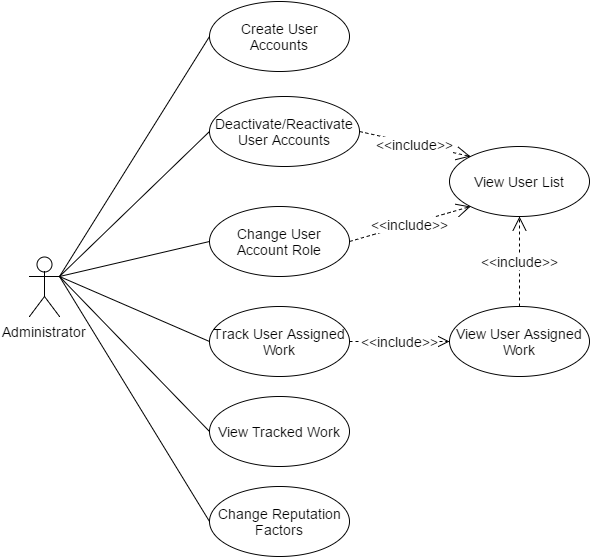
JingwangTeh/CSCI222-Systems-Development-Group-Project keeps this draw.io diagram as 02_Diagram/01_a_Use case/Version 4 (Revised)/Administrator (Revised).png. Above is the earlier version. Source tidied: cells renumbered, new cells last; positions are measured from the earlier drawing's top-left corner, leaving out a move shared by most shapes. Source of this version:
```xml
<mxGraphModel background="#ffffff">
  <root>
    <mxCell id="0" />
    <mxCell id="1" parent="0" />
    <mxCell id="2" value="Administrator" style="shape=umlActor;verticalLabelPosition=bottom;labelBackgroundColor=#ffffff;verticalAlign=top;html=1;strokeColor=#000000;fontSize=14;" parent="1" vertex="1">
      <mxGeometry y="255" width="30" height="60" as="geometry" />
    </mxCell>
    <mxCell id="3" value="Create User Accounts" style="ellipse;whiteSpace=wrap;html=1;strokeColor=#000000;fontSize=14;" parent="1" vertex="1">
      <mxGeometry x="180" width="140" height="70" as="geometry" />
    </mxCell>
    <mxCell id="4" style="endArrow=none;html=1;strokeColor=#000000;strokeWidth=1;fontSize=14;entryX=0;entryY=0.5;exitX=1;exitY=0.3333333333333333;exitPerimeter=0;" parent="1" edge="1" source="2" target="3">
      <mxGeometry x="364" y="1090" as="geometry" />
    </mxCell>
    <mxCell id="5" style="html=1;align=left;verticalAlign=bottom;labelBackgroundColor=#ffffff;fontSize=10;" parent="4" vertex="1">
      <mxGeometry x="-1" relative="1" as="geometry" />
    </mxCell>
    <mxCell id="6" style="html=1;align=right;verticalAlign=bottom;labelBackgroundColor=#ffffff;fontSize=10;" parent="4" vertex="1">
      <mxGeometry x="1" relative="1" as="geometry" />
    </mxCell>
    <mxCell id="7" value="Deactivate/Reactivate User Accounts" style="ellipse;whiteSpace=wrap;html=1;strokeColor=#000000;fontSize=14;" parent="1" vertex="1">
      <mxGeometry x="180" y="95" width="150" height="70" as="geometry" />
    </mxCell>
    <mxCell id="8" style="endArrow=none;html=1;strokeColor=#000000;strokeWidth=1;fontSize=14;entryX=0;entryY=0.5;exitX=1;exitY=0.3333333333333333;exitPerimeter=0;" parent="1" edge="1" source="2" target="7">
      <mxGeometry x="374" y="1100" as="geometry" />
    </mxCell>
    <mxCell id="9" style="html=1;align=left;verticalAlign=bottom;labelBackgroundColor=#ffffff;fontSize=10;" parent="8" vertex="1">
      <mxGeometry x="-1" relative="1" as="geometry" />
    </mxCell>
    <mxCell id="10" style="html=1;align=right;verticalAlign=bottom;labelBackgroundColor=#ffffff;fontSize=10;" parent="8" vertex="1">
      <mxGeometry x="1" relative="1" as="geometry" />
    </mxCell>
    <mxCell id="11" value="Change User Account Role" style="ellipse;whiteSpace=wrap;html=1;strokeColor=#000000;fontSize=14;" parent="1" vertex="1">
      <mxGeometry x="180" y="205" width="140" height="70" as="geometry" />
    </mxCell>
    <mxCell id="12" value="View User Assigned Work" style="ellipse;whiteSpace=wrap;html=1;strokeColor=#000000;fontSize=14;" parent="1" vertex="1">
      <mxGeometry x="420" y="305" width="140" height="70" as="geometry" />
    </mxCell>
    <mxCell id="13" value="Track User Assigned Work" style="ellipse;whiteSpace=wrap;html=1;strokeColor=#000000;fontSize=14;" parent="1" vertex="1">
      <mxGeometry x="180" y="305" width="140" height="70" as="geometry" />
    </mxCell>
    <mxCell id="14" style="endArrow=none;html=1;strokeColor=#000000;strokeWidth=1;fontSize=14;entryX=0;entryY=0.5;exitX=1;exitY=0.3333333333333333;exitPerimeter=0;" parent="1" edge="1" source="2" target="11">
      <mxGeometry x="384" y="1110" as="geometry" />
    </mxCell>
    <mxCell id="15" style="html=1;align=left;verticalAlign=bottom;labelBackgroundColor=#ffffff;fontSize=10;" parent="14" vertex="1">
      <mxGeometry x="-1" relative="1" as="geometry" />
    </mxCell>
    <mxCell id="16" style="html=1;align=right;verticalAlign=bottom;labelBackgroundColor=#ffffff;fontSize=10;" parent="14" vertex="1">
      <mxGeometry x="1" relative="1" as="geometry" />
    </mxCell>
    <mxCell id="17" value="View User List" style="ellipse;whiteSpace=wrap;html=1;strokeColor=#000000;fontSize=14;" parent="1" vertex="1">
      <mxGeometry x="420" y="145" width="140" height="70" as="geometry" />
    </mxCell>
    <mxCell id="18" style="endArrow=none;html=1;strokeColor=#000000;strokeWidth=1;fontSize=14;entryX=0;entryY=0.5;exitX=1;exitY=0.3333333333333333;exitPerimeter=0;" parent="1" edge="1" source="2" target="13">
      <mxGeometry x="404" y="1130" as="geometry" />
    </mxCell>
    <mxCell id="19" style="html=1;align=left;verticalAlign=bottom;labelBackgroundColor=#ffffff;fontSize=10;" parent="18" vertex="1">
      <mxGeometry x="-1" relative="1" as="geometry" />
    </mxCell>
    <mxCell id="20" style="html=1;align=right;verticalAlign=bottom;labelBackgroundColor=#ffffff;fontSize=10;" parent="18" vertex="1">
      <mxGeometry x="1" relative="1" as="geometry" />
    </mxCell>
    <mxCell id="21" value="&amp;lt;&amp;lt;include&amp;gt;&amp;gt;" style="endArrow=open;endSize=12;dashed=1;html=1;strokeColor=#000000;strokeWidth=1;fontSize=14;entryX=0.5;entryY=1;exitX=0.5;exitY=0;" parent="1" edge="1" source="12" target="17">
      <mxGeometry x="612" y="1425" as="geometry" />
    </mxCell>
    <mxCell id="22" value="Change Reputation Factors" style="ellipse;whiteSpace=wrap;html=1;strokeColor=#000000;fontSize=14;" parent="1" vertex="1">
      <mxGeometry x="180" y="485" width="140" height="70" as="geometry" />
    </mxCell>
    <mxCell id="23" style="endArrow=none;html=1;strokeColor=#000000;strokeWidth=1;fontSize=14;entryX=0;entryY=0.5;exitX=1;exitY=0.3333333333333333;exitPerimeter=0;" parent="1" edge="1" source="2" target="22">
      <mxGeometry x="434" y="1210" as="geometry" />
    </mxCell>
    <mxCell id="24" style="html=1;align=left;verticalAlign=bottom;labelBackgroundColor=#ffffff;fontSize=10;" parent="23" vertex="1">
      <mxGeometry x="-1" relative="1" as="geometry" />
    </mxCell>
    <mxCell id="25" style="html=1;align=right;verticalAlign=bottom;labelBackgroundColor=#ffffff;fontSize=10;" parent="23" vertex="1">
      <mxGeometry x="1" relative="1" as="geometry" />
    </mxCell>
    <mxCell id="26" value="&amp;lt;&amp;lt;include&amp;gt;&amp;gt;" style="endArrow=open;endSize=12;dashed=1;html=1;strokeColor=#000000;strokeWidth=1;fontSize=14;exitX=1;exitY=0.5;entryX=0;entryY=1;" parent="1" edge="1" source="11" target="17">
      <mxGeometry x="622" y="1435" as="geometry" />
    </mxCell>
    <mxCell id="27" value="&amp;lt;&amp;lt;include&amp;gt;&amp;gt;" style="endArrow=open;endSize=12;dashed=1;html=1;strokeColor=#000000;strokeWidth=1;fontSize=14;entryX=0;entryY=0;exitX=1;exitY=0.5;" parent="1" edge="1" source="7" target="17">
      <mxGeometry x="632" y="1445" as="geometry" />
    </mxCell>
    <mxCell id="28" value="&amp;lt;&amp;lt;include&amp;gt;&amp;gt;" style="endArrow=open;endSize=12;dashed=1;html=1;strokeColor=#000000;strokeWidth=1;fontSize=14;exitX=1;exitY=0.5;entryX=0;entryY=0.5;" parent="1" edge="1" source="13" target="12">
      <mxGeometry x="601" y="1540" as="geometry" />
    </mxCell>
    <mxCell id="29" value="View Tracked Work" style="ellipse;whiteSpace=wrap;html=1;strokeColor=#000000;fontSize=14;" parent="1" vertex="1">
      <mxGeometry x="180" y="395" width="140" height="70" as="geometry" />
    </mxCell>
    <mxCell id="30" style="endArrow=none;html=1;strokeColor=#000000;strokeWidth=1;fontSize=14;entryX=0;entryY=0.5;exitX=1;exitY=0.3333333333333333;exitPerimeter=0;" parent="1" edge="1" source="2" target="29">
      <mxGeometry x="437" y="1130" as="geometry" />
    </mxCell>
    <mxCell id="31" style="html=1;align=left;verticalAlign=bottom;labelBackgroundColor=#ffffff;fontSize=10;" parent="30" vertex="1">
      <mxGeometry x="-1" relative="1" as="geometry" />
    </mxCell>
    <mxCell id="32" style="html=1;align=right;verticalAlign=bottom;labelBackgroundColor=#ffffff;fontSize=10;" parent="30" vertex="1">
      <mxGeometry x="1" relative="1" as="geometry" />
    </mxCell>
  </root>
</mxGraphModel>
```
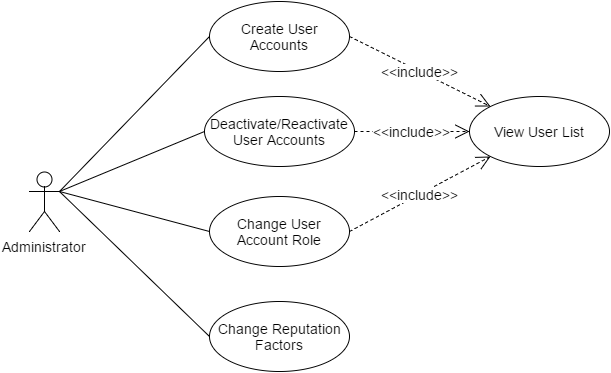
The same file after the commit.

Change to the diagram source:
```diff
@@ -6,7 +6,7 @@
       <mxGeometry y="255" width="30" height="60" as="geometry" />
     </mxCell>
     <mxCell id="3" value="Create User Accounts" style="ellipse;whiteSpace=wrap;html=1;strokeColor=#000000;fontSize=14;" parent="1" vertex="1">
-      <mxGeometry x="180" width="140" height="70" as="geometry" />
+      <mxGeometry x="180" y="85" width="140" height="70" as="geometry" />
     </mxCell>
     <mxCell id="4" style="endArrow=none;html=1;strokeColor=#000000;strokeWidth=1;fontSize=14;entryX=0;entryY=0.5;exitX=1;exitY=0.3333333333333333;exitPerimeter=0;" parent="1" edge="1" source="2" target="3">
       <mxGeometry x="364" y="1090" as="geometry" />
@@ -18,7 +18,7 @@
       <mxGeometry x="1" relative="1" as="geometry" />
     </mxCell>
     <mxCell id="7" value="Deactivate/Reactivate User Accounts" style="ellipse;whiteSpace=wrap;html=1;strokeColor=#000000;fontSize=14;" parent="1" vertex="1">
-      <mxGeometry x="180" y="95" width="150" height="70" as="geometry" />
+      <mxGeometry x="175" y="180" width="150" height="70" as="geometry" />
     </mxCell>
     <mxCell id="8" style="endArrow=none;html=1;strokeColor=#000000;strokeWidth=1;fontSize=14;entryX=0;entryY=0.5;exitX=1;exitY=0.3333333333333333;exitPerimeter=0;" parent="1" edge="1" source="2" target="7">
       <mxGeometry x="374" y="1100" as="geometry" />
@@ -30,14 +30,8 @@
       <mxGeometry x="1" relative="1" as="geometry" />
     </mxCell>
     <mxCell id="11" value="Change User Account Role" style="ellipse;whiteSpace=wrap;html=1;strokeColor=#000000;fontSize=14;" parent="1" vertex="1">
-      <mxGeometry x="180" y="205" width="140" height="70" as="geometry" />
+      <mxGeometry x="180" y="280" width="140" height="70" as="geometry" />
     </mxCell>
-    <mxCell id="12" value="View User Assigned Work" style="ellipse;whiteSpace=wrap;html=1;strokeColor=#000000;fontSize=14;" parent="1" vertex="1">
-      <mxGeometry x="420" y="305" width="140" height="70" as="geometry" />
-    </mxCell>
-    <mxCell id="13" value="Track User Assigned Work" style="ellipse;whiteSpace=wrap;html=1;strokeColor=#000000;fontSize=14;" parent="1" vertex="1">
-      <mxGeometry x="180" y="305" width="140" height="70" as="geometry" />
-    </mxCell>
     <mxCell id="14" style="endArrow=none;html=1;strokeColor=#000000;strokeWidth=1;fontSize=14;entryX=0;entryY=0.5;exitX=1;exitY=0.3333333333333333;exitPerimeter=0;" parent="1" edge="1" source="2" target="11">
       <mxGeometry x="384" y="1110" as="geometry" />
     </mxCell>
@@ -48,22 +42,10 @@
       <mxGeometry x="1" relative="1" as="geometry" />
     </mxCell>
     <mxCell id="17" value="View User List" style="ellipse;whiteSpace=wrap;html=1;strokeColor=#000000;fontSize=14;" parent="1" vertex="1">
-      <mxGeometry x="420" y="145" width="140" height="70" as="geometry" />
+      <mxGeometry x="440" y="180" width="140" height="70" as="geometry" />
     </mxCell>
-    <mxCell id="18" style="endArrow=none;html=1;strokeColor=#000000;strokeWidth=1;fontSize=14;entryX=0;entryY=0.5;exitX=1;exitY=0.3333333333333333;exitPerimeter=0;" parent="1" edge="1" source="2" target="13">
-      <mxGeometry x="404" y="1130" as="geometry" />
-    </mxCell>
-    <mxCell id="19" style="html=1;align=left;verticalAlign=bottom;labelBackgroundColor=#ffffff;fontSize=10;" parent="18" vertex="1">
-      <mxGeometry x="-1" relative="1" as="geometry" />
-    </mxCell>
-    <mxCell id="20" style="html=1;align=right;verticalAlign=bottom;labelBackgroundColor=#ffffff;fontSize=10;" parent="18" vertex="1">
-      <mxGeometry x="1" relative="1" as="geometry" />
-    </mxCell>
-    <mxCell id="21" value="&amp;lt;&amp;lt;include&amp;gt;&amp;gt;" style="endArrow=open;endSize=12;dashed=1;html=1;strokeColor=#000000;strokeWidth=1;fontSize=14;entryX=0.5;entryY=1;exitX=0.5;exitY=0;" parent="1" edge="1" source="12" target="17">
-      <mxGeometry x="612" y="1425" as="geometry" />
-    </mxCell>
     <mxCell id="22" value="Change Reputation Factors" style="ellipse;whiteSpace=wrap;html=1;strokeColor=#000000;fontSize=14;" parent="1" vertex="1">
-      <mxGeometry x="180" y="485" width="140" height="70" as="geometry" />
+      <mxGeometry x="180" y="385" width="140" height="70" as="geometry" />
     </mxCell>
     <mxCell id="23" style="endArrow=none;html=1;strokeColor=#000000;strokeWidth=1;fontSize=14;entryX=0;entryY=0.5;exitX=1;exitY=0.3333333333333333;exitPerimeter=0;" parent="1" edge="1" source="2" target="22">
       <mxGeometry x="434" y="1210" as="geometry" />
@@ -75,25 +57,13 @@
       <mxGeometry x="1" relative="1" as="geometry" />
     </mxCell>
     <mxCell id="26" value="&amp;lt;&amp;lt;include&amp;gt;&amp;gt;" style="endArrow=open;endSize=12;dashed=1;html=1;strokeColor=#000000;strokeWidth=1;fontSize=14;exitX=1;exitY=0.5;entryX=0;entryY=1;" parent="1" edge="1" source="11" target="17">
-      <mxGeometry x="622" y="1435" as="geometry" />
+      <mxGeometry x="622" y="1520" as="geometry" />
     </mxCell>
-    <mxCell id="27" value="&amp;lt;&amp;lt;include&amp;gt;&amp;gt;" style="endArrow=open;endSize=12;dashed=1;html=1;strokeColor=#000000;strokeWidth=1;fontSize=14;entryX=0;entryY=0;exitX=1;exitY=0.5;" parent="1" edge="1" source="7" target="17">
-      <mxGeometry x="632" y="1445" as="geometry" />
+    <mxCell id="27" value="&amp;lt;&amp;lt;include&amp;gt;&amp;gt;" style="endArrow=open;endSize=12;dashed=1;html=1;strokeColor=#000000;strokeWidth=1;fontSize=14;entryX=0;entryY=0.5;exitX=1;exitY=0.5;" parent="1" edge="1" source="7" target="17">
+      <mxGeometry x="632" y="1530" as="geometry" />
     </mxCell>
-    <mxCell id="28" value="&amp;lt;&amp;lt;include&amp;gt;&amp;gt;" style="endArrow=open;endSize=12;dashed=1;html=1;strokeColor=#000000;strokeWidth=1;fontSize=14;exitX=1;exitY=0.5;entryX=0;entryY=0.5;" parent="1" edge="1" source="13" target="12">
-      <mxGeometry x="601" y="1540" as="geometry" />
-    </mxCell>
-    <mxCell id="29" value="View Tracked Work" style="ellipse;whiteSpace=wrap;html=1;strokeColor=#000000;fontSize=14;" parent="1" vertex="1">
-      <mxGeometry x="180" y="395" width="140" height="70" as="geometry" />
-    </mxCell>
-    <mxCell id="30" style="endArrow=none;html=1;strokeColor=#000000;strokeWidth=1;fontSize=14;entryX=0;entryY=0.5;exitX=1;exitY=0.3333333333333333;exitPerimeter=0;" parent="1" edge="1" source="2" target="29">
-      <mxGeometry x="437" y="1130" as="geometry" />
-    </mxCell>
-    <mxCell id="31" style="html=1;align=left;verticalAlign=bottom;labelBackgroundColor=#ffffff;fontSize=10;" parent="30" vertex="1">
-      <mxGeometry x="-1" relative="1" as="geometry" />
-    </mxCell>
-    <mxCell id="32" style="html=1;align=right;verticalAlign=bottom;labelBackgroundColor=#ffffff;fontSize=10;" parent="30" vertex="1">
-      <mxGeometry x="1" relative="1" as="geometry" />
-    </mxCell>
+    <mxCell id="33" value="&amp;lt;&amp;lt;include&amp;gt;&amp;gt;" style="endArrow=open;endSize=12;dashed=1;html=1;strokeColor=#000000;strokeWidth=1;fontSize=14;exitX=1;exitY=0.5;entryX=0;entryY=0;" parent="1" edge="1" source="3" target="17">
+      <mxGeometry x="642" y="1540" as="geometry" />
+    </mxCell>
   </root>
 </mxGraphModel>
```
